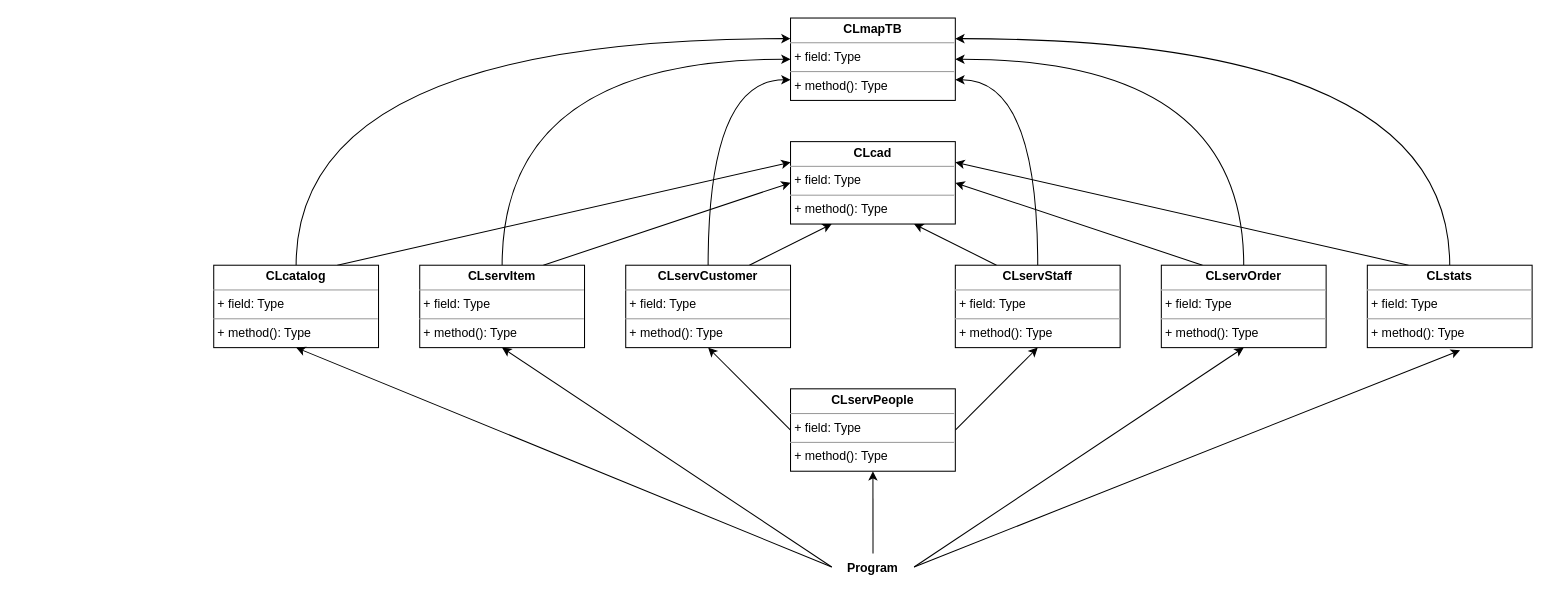
This is page "Page-2" (2 of 2) of Diagrammes/Diagrammes de classes.drawio from pierre1316/Projet-POO-CPP-CLI, a draw.io file, before an edit. Source tidied: cells renumbered, new cells numbered last; positions are measured from the earlier drawing's top-left corner, leaving out a move shared by most shapes. Both pictures are drawn from the tidied source at 103%, with x=0, y=0 at pixel (213, 18).
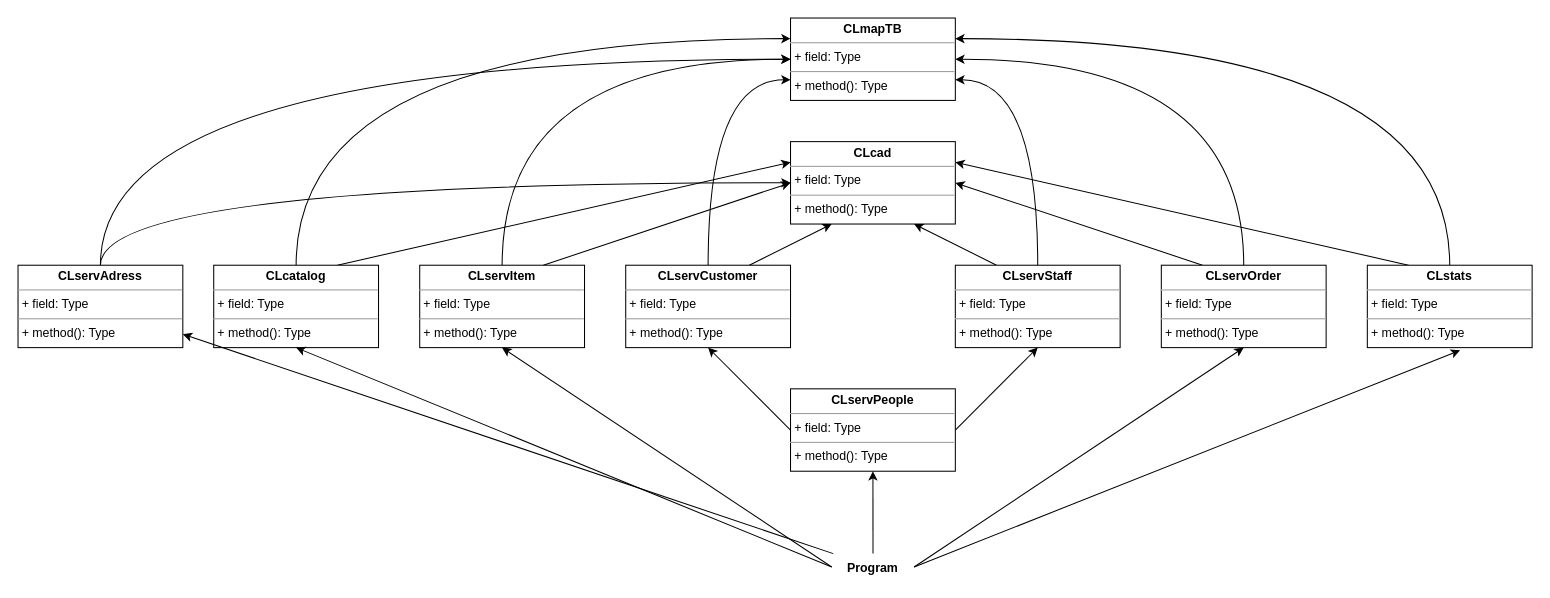
After the change.

Unchanged cells that the change refers to:
```xml
<mxCell id="11" value="&lt;p style=&quot;margin:0px;margin-top:4px;text-align:center;&quot;&gt;&lt;b&gt;CLmapTB&lt;/b&gt;&lt;/p&gt;&lt;hr size=&quot;1&quot;&gt;&lt;p style=&quot;margin:0px;margin-left:4px;&quot;&gt;+ field: Type&lt;/p&gt;&lt;hr size=&quot;1&quot;&gt;&lt;p style=&quot;margin:0px;margin-left:4px;&quot;&gt;+ method(): Type&lt;/p&gt;" style="verticalAlign=top;align=left;overflow=fill;fontSize=12;fontFamily=Helvetica;html=1;" parent="1" vertex="1">
  <mxGeometry x="560" width="160" height="80" as="geometry" />
</mxCell>
<mxCell id="13" value="&lt;p style=&quot;margin:0px;margin-top:4px;text-align:center;&quot;&gt;&lt;b&gt;CLcad&lt;/b&gt;&lt;/p&gt;&lt;hr size=&quot;1&quot;&gt;&lt;p style=&quot;margin:0px;margin-left:4px;&quot;&gt;+ field: Type&lt;/p&gt;&lt;hr size=&quot;1&quot;&gt;&lt;p style=&quot;margin:0px;margin-left:4px;&quot;&gt;+ method(): Type&lt;/p&gt;" style="verticalAlign=top;align=left;overflow=fill;fontSize=12;fontFamily=Helvetica;html=1;" parent="1" vertex="1">
  <mxGeometry x="560" y="120" width="160" height="80" as="geometry" />
</mxCell>
<mxCell id="31" value="Program" style="text;align=center;fontStyle=1;verticalAlign=middle;spacingLeft=3;spacingRight=3;strokeColor=none;points=[[0,0.5],[1,0.5]];portConstraint=eastwest;" parent="1" vertex="1">
  <mxGeometry x="600" y="520" width="80" height="26" as="geometry" />
</mxCell>
```

Change to the diagram source:
```diff
@@
+    <mxCell id="32" style="rounded=0;jettySize=auto;html=1;" parent="1" edge="1" source="31" target="35">
+      <mxGeometry relative="1" as="geometry" />
+    </mxCell>
@@
+    <mxCell id="33" style="edgeStyle=orthogonalEdgeStyle;rounded=0;jettySize=auto;html=1;curved=1;" parent="1" edge="1" source="35" target="11">
+      <mxGeometry relative="1" as="geometry">
+        <Array as="points">
+          <mxPoint x="-110" y="40" />
+        </Array>
+      </mxGeometry>
+    </mxCell>
+    <mxCell id="34" style="edgeStyle=orthogonalEdgeStyle;curved=1;rounded=0;jettySize=auto;html=1;" parent="1" edge="1" source="35" target="13">
+      <mxGeometry relative="1" as="geometry">
+        <Array as="points">
+          <mxPoint x="-110" y="160" />
+        </Array>
+      </mxGeometry>
+    </mxCell>
+    <mxCell id="35" value="&lt;p style=&quot;margin:0px;margin-top:4px;text-align:center;&quot;&gt;&lt;b&gt;CLservAdress&lt;/b&gt;&lt;/p&gt;&lt;hr size=&quot;1&quot;&gt;&lt;p style=&quot;margin:0px;margin-left:4px;&quot;&gt;+ field: Type&lt;/p&gt;&lt;hr size=&quot;1&quot;&gt;&lt;p style=&quot;margin:0px;margin-left:4px;&quot;&gt;+ method(): Type&lt;/p&gt;" style="verticalAlign=top;align=left;overflow=fill;fontSize=12;fontFamily=Helvetica;html=1;" parent="1" vertex="1">
+      <mxGeometry x="-190" y="240" width="160" height="80" as="geometry" />
+    </mxCell>
```
